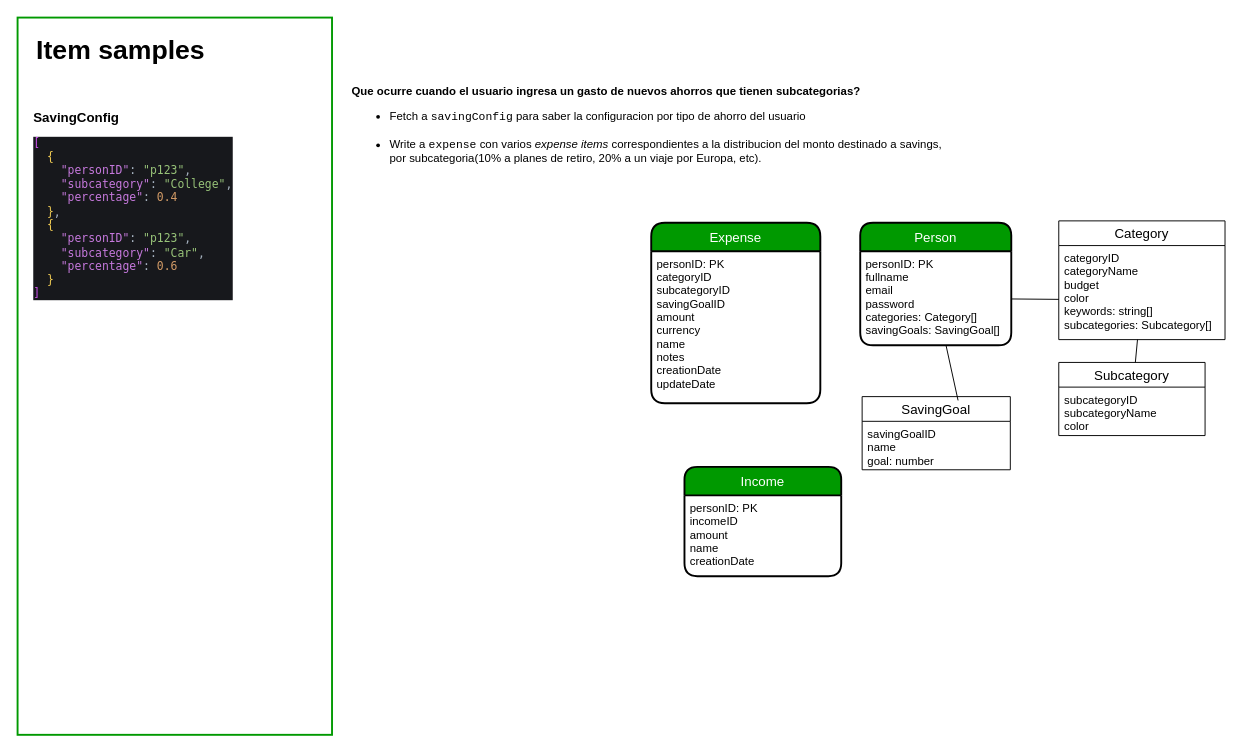
Above: money-diagrams.drawio in JoelD7/money (draw.io), before the change. Source tidied: cells renumbered, new cells numbered last; positions are measured from the earlier drawing's top-left corner, leaving out a move shared by most shapes. Both pictures are drawn from the tidied source at 95%, with x=0, y=0 at pixel (17, 17).
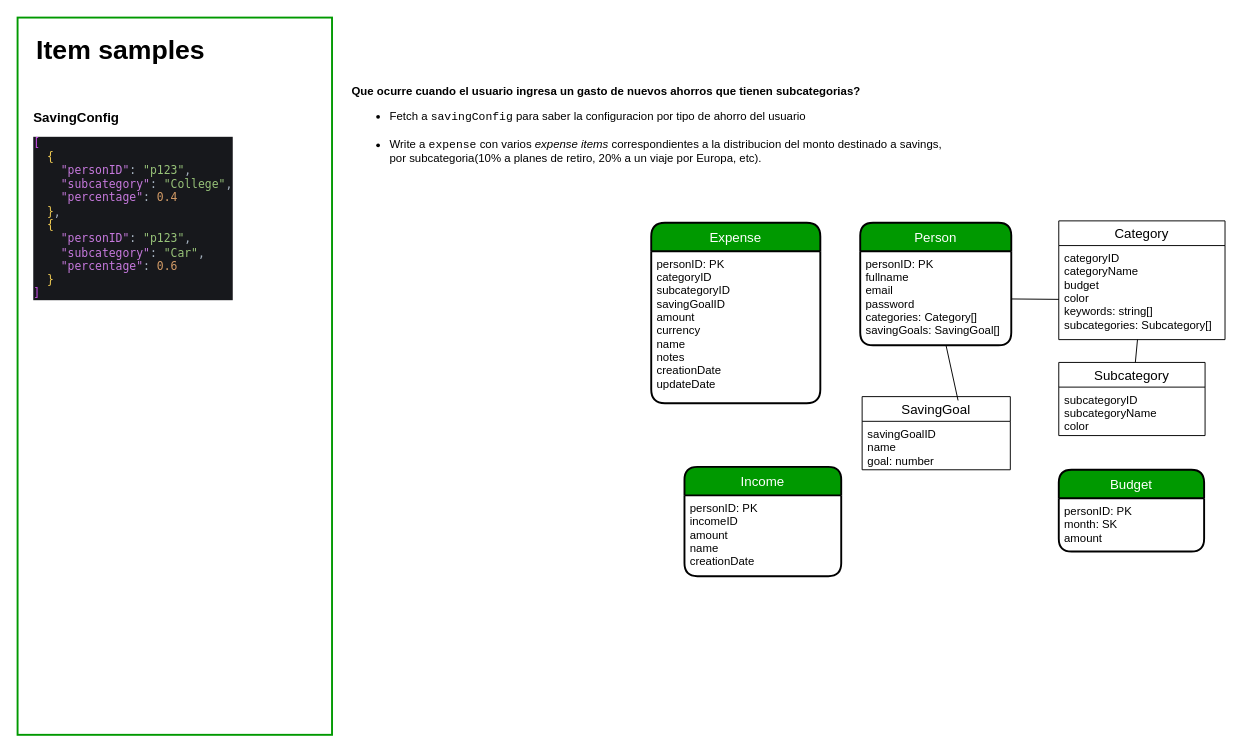
The same diagram, later.

Change to the diagram source:
```diff
@@
+    <mxCell id="21" value="Budget" style="swimlane;horizontal=1;startSize=30;rounded=1;fontSize=14;fontStyle=0;strokeWidth=2;shadow=0;dashed=0;align=center;fillColor=#009900;fontColor=#FFFFFF;" parent="1" vertex="1">
+      <mxGeometry x="1096" y="476" width="153" height="86" as="geometry" />
+    </mxCell>
+    <mxCell id="22" value="personID: PK&#10;month: SK&#10;amount" style="align=left;strokeColor=none;fillColor=none;spacingLeft=4;fontSize=12;verticalAlign=top;" parent="21" vertex="1">
+      <mxGeometry y="30" width="153" height="56" as="geometry" />
+    </mxCell>
```
